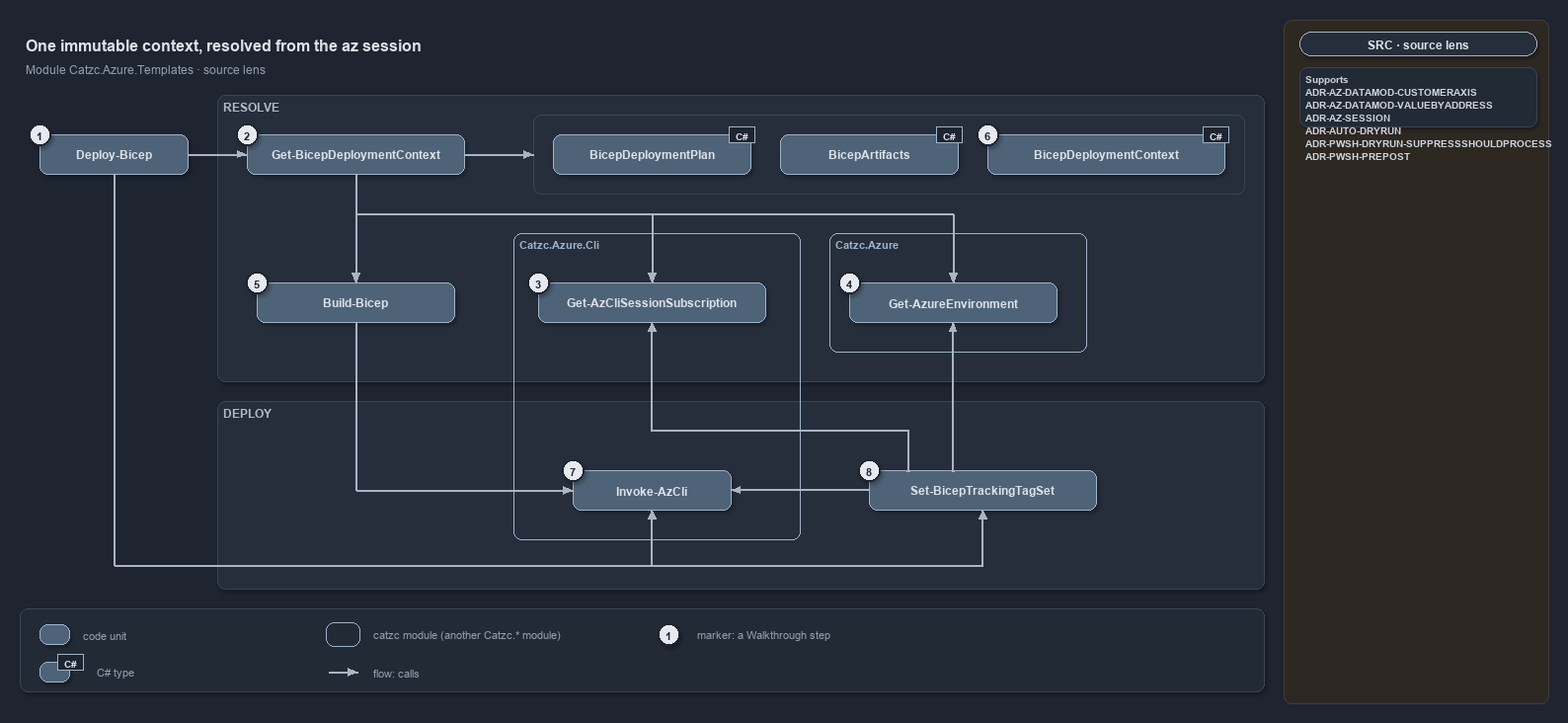
casperease/catzc keeps this draw.io diagram as docs/references/pwsh/.assets/bicep-deploy-one-immutable-context/diagram.drawio.png. Above is the earlier version. Source tidied: cells renumbered, new cells last; positions are measured from the earlier drawing's top-left corner, leaving out a move shared by most shapes.
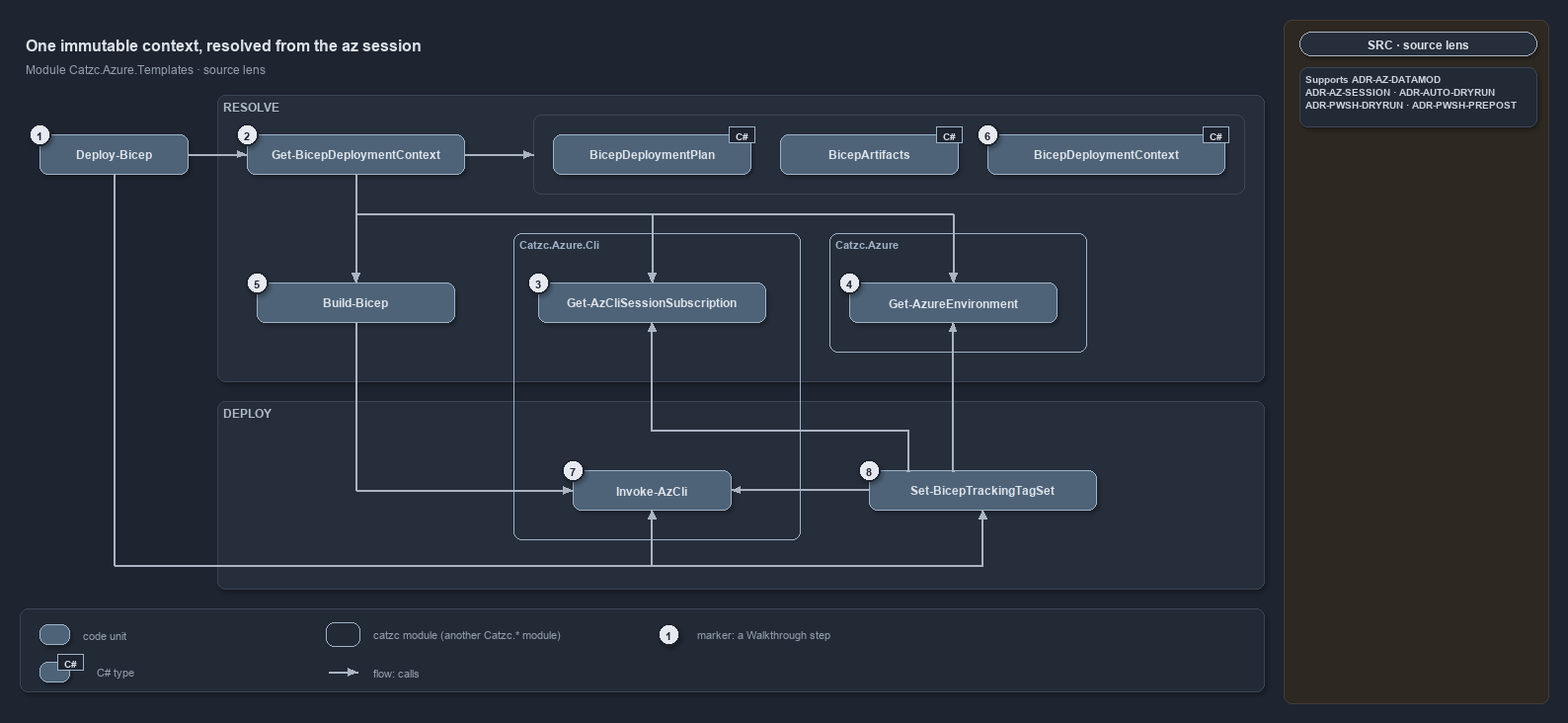
Above is the later version.

What changed in the source:
```diff
@@ -236,7 +236,7 @@
     <mxCell id="79" value="SRC · source lens" style="rounded=1;arcSize=50;whiteSpace=wrap;html=1;fillColor=#262E3B;strokeColor=#AAB4C3;fontColor=#DDE2E9;fontStyle=1;fontSize=12;" parent="1" vertex="1">
       <mxGeometry x="1296" y="12" width="240" height="24" as="geometry" />
     </mxCell>
-    <mxCell id="80" value="&lt;b&gt;Supports&lt;/b&gt;&lt;br&gt;ADR-AZ-DATAMOD-CUSTOMERAXIS&lt;br&gt;ADR-AZ-DATAMOD-VALUEBYADDRESS&lt;br&gt;ADR-AZ-SESSION&lt;br&gt;ADR-AUTO-DRYRUN&lt;br&gt;ADR-PWSH-DRYRUN-SUPPRESSSHOULDPROCESS&lt;br&gt;ADR-PWSH-PREPOST" style="rounded=1;arcSize=6;whiteSpace=wrap;html=1;align=left;verticalAlign=top;spacingLeft=6;fontSize=10.5;fontColor=#CDD3DC;fillColor=#222A36;strokeColor=#3A4555;" parent="1" vertex="1">
+    <mxCell id="80" value="&lt;b&gt;Supports&lt;/b&gt; ADR-AZ-DATAMOD&lt;br&gt;ADR-AZ-SESSION &amp;#183; ADR-AUTO-DRYRUN&lt;br&gt;ADR-PWSH-DRYRUN &amp;#183; ADR-PWSH-PREPOST" style="rounded=1;arcSize=6;whiteSpace=wrap;html=1;align=left;verticalAlign=top;spacingLeft=6;fontSize=10.5;fontColor=#CDD3DC;fillColor=#222A36;strokeColor=#3A4555;" parent="1" vertex="1">
       <mxGeometry x="1296" y="48" width="240" height="60" as="geometry" />
     </mxCell>
   </root>
```
